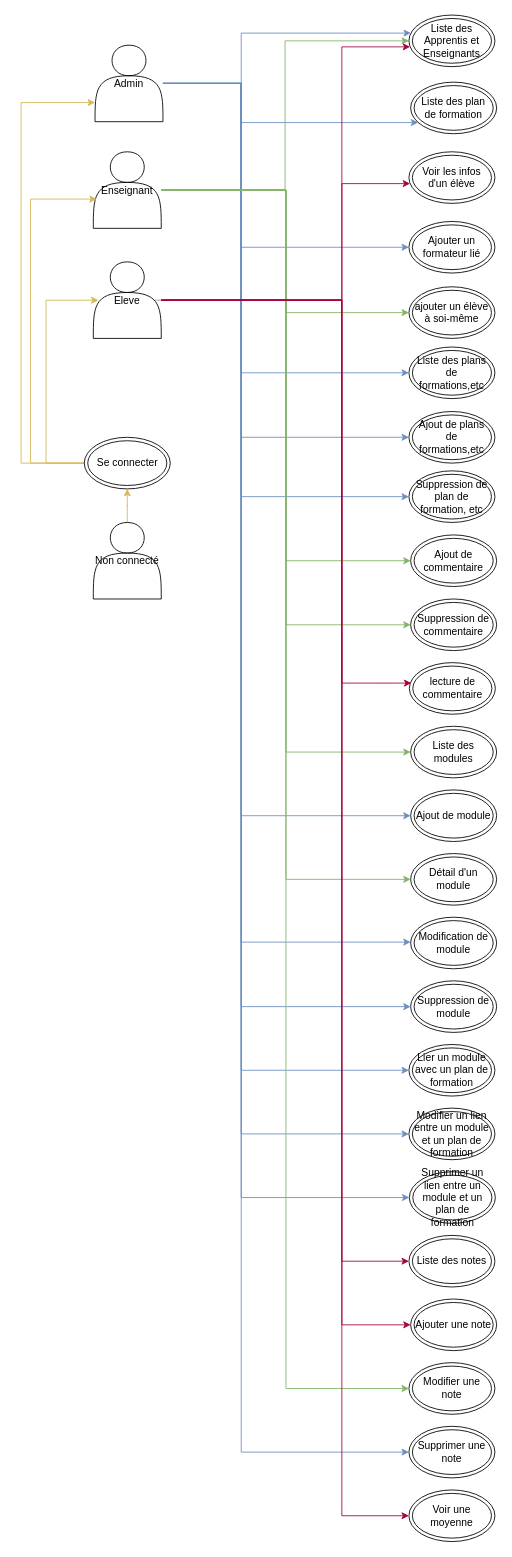
Earlier version of the draw.io diagram documentation/schema d'utilisation.drawio (benmoumene/manage-course-codeigniter-4). Source tidied: cells renumbered, new cells numbered last; positions are measured from the earlier drawing's top-left corner, leaving out a move shared by most shapes. Both pictures are drawn from the tidied source at 86%, with x=0, y=0 at pixel (21, 15).
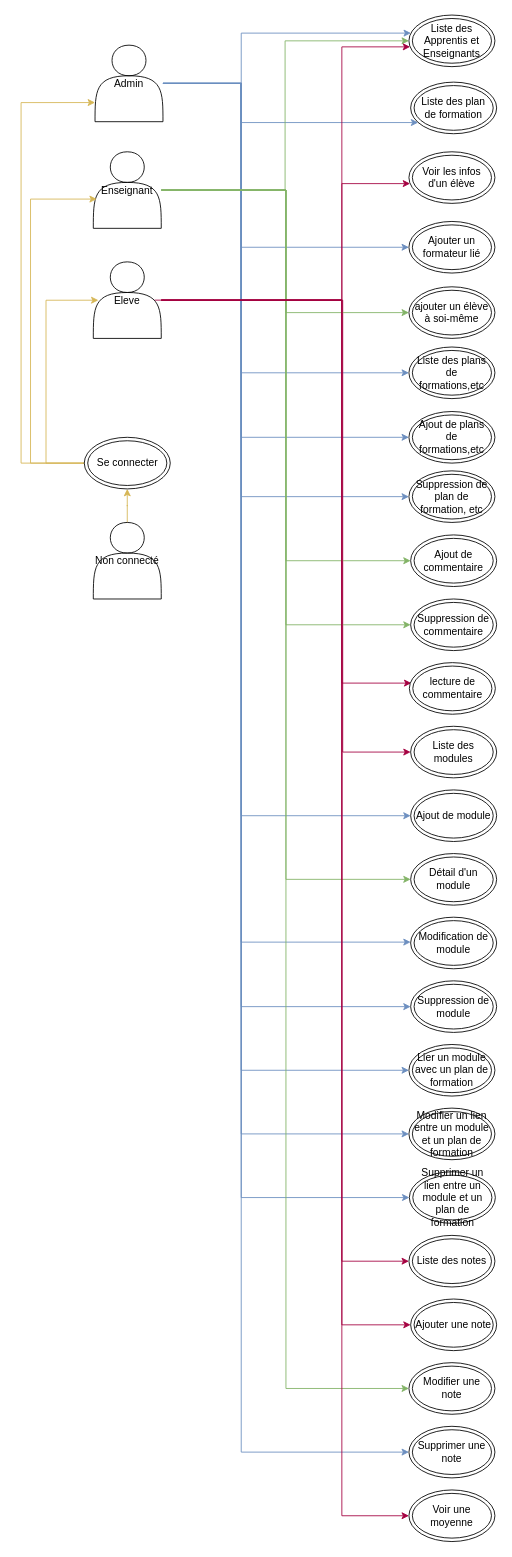
The same page after the edit.

Commit message (it also covers changes not shown here):
Add more tests Update use schema

The change refers to these unchanged cells:
```xml
<mxCell id="30" value="Eleve" style="shape=actor;whiteSpace=wrap;html=1;" parent="1" vertex="1">
  <mxGeometry x="84" y="287" width="79" height="89" as="geometry" />
</mxCell>
<mxCell id="48" value="Liste des modules" style="ellipse;shape=doubleEllipse;whiteSpace=wrap;html=1;" parent="1" vertex="1">
  <mxGeometry x="453" y="827" width="100" height="60" as="geometry" />
</mxCell>
```

What changed in the source:
```diff
@@
-    <mxCell id="8" style="edgeStyle=orthogonalEdgeStyle;rounded=0;jettySize=auto;html=1;entryX=0;entryY=0.5;entryDx=0;entryDy=0;strokeColor=#82b366;fillColor=#d5e8d4;exitX=0.9;exitY=0.5;exitDx=0;exitDy=0;exitPerimeter=0;" parent="1" edge="1" source="30" target="48">
+    <mxCell id="8" style="edgeStyle=orthogonalEdgeStyle;rounded=0;jettySize=auto;html=1;entryX=0;entryY=0.5;entryDx=0;entryDy=0;strokeColor=#A50040;fillColor=#d80073;exitX=0.9;exitY=0.5;exitDx=0;exitDy=0;exitPerimeter=0;" parent="1" edge="1" source="30" target="48">
       <mxGeometry relative="1" as="geometry">
         <Array as="points">
-          <mxPoint x="308" y="332" />
-          <mxPoint x="308" y="857" />
+          <mxPoint x="374" y="332" />
+          <mxPoint x="374" y="857" />
         </Array>
       </mxGeometry>
     </mxCell>
```
